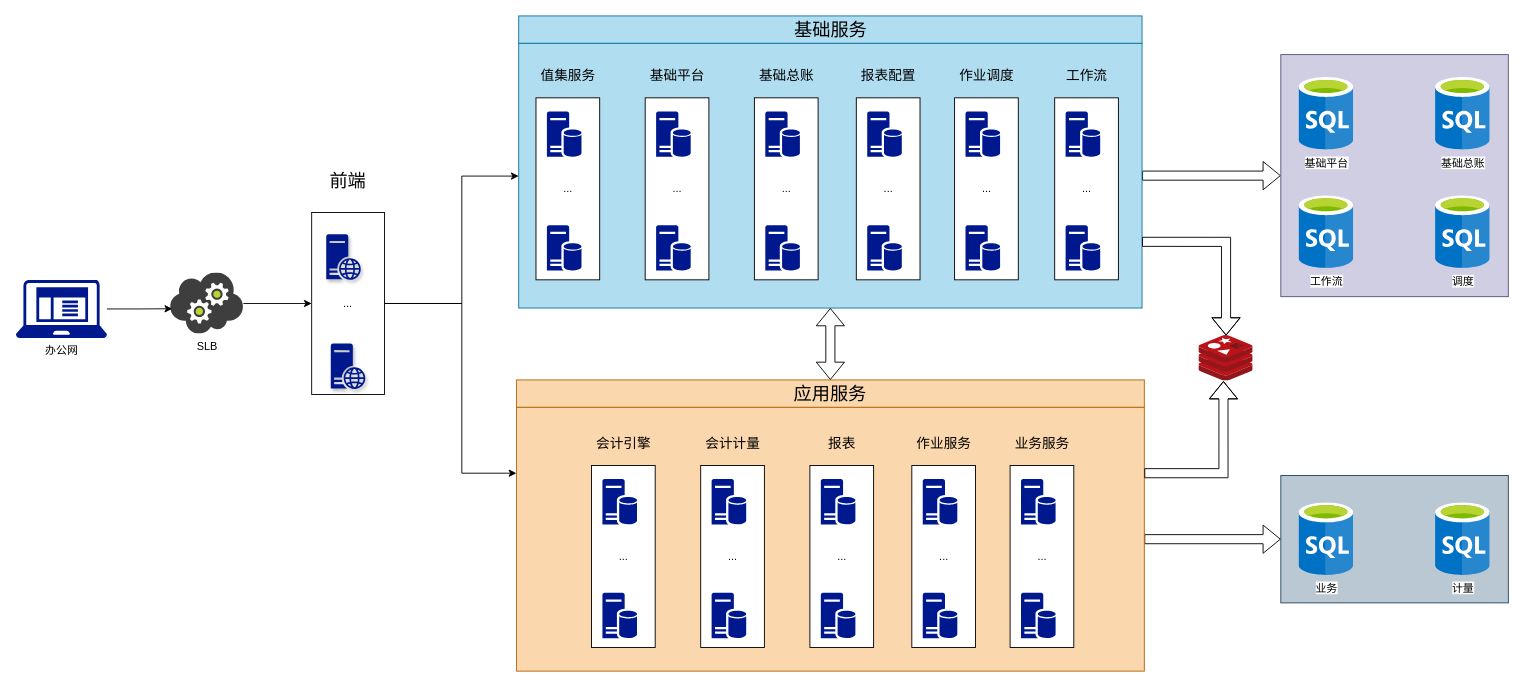
Earlier version of the draw.io diagram page "Page-7" (7 of 7) of gl.drawio (TzashiNorpu/gl). Source tidied: cells renumbered, new cells numbered last; positions are measured from the earlier drawing's top-left corner, leaving out a move shared by most shapes. Both pictures are drawn from the tidied source at 91%, with x=0, y=0 at pixel (15, 15).
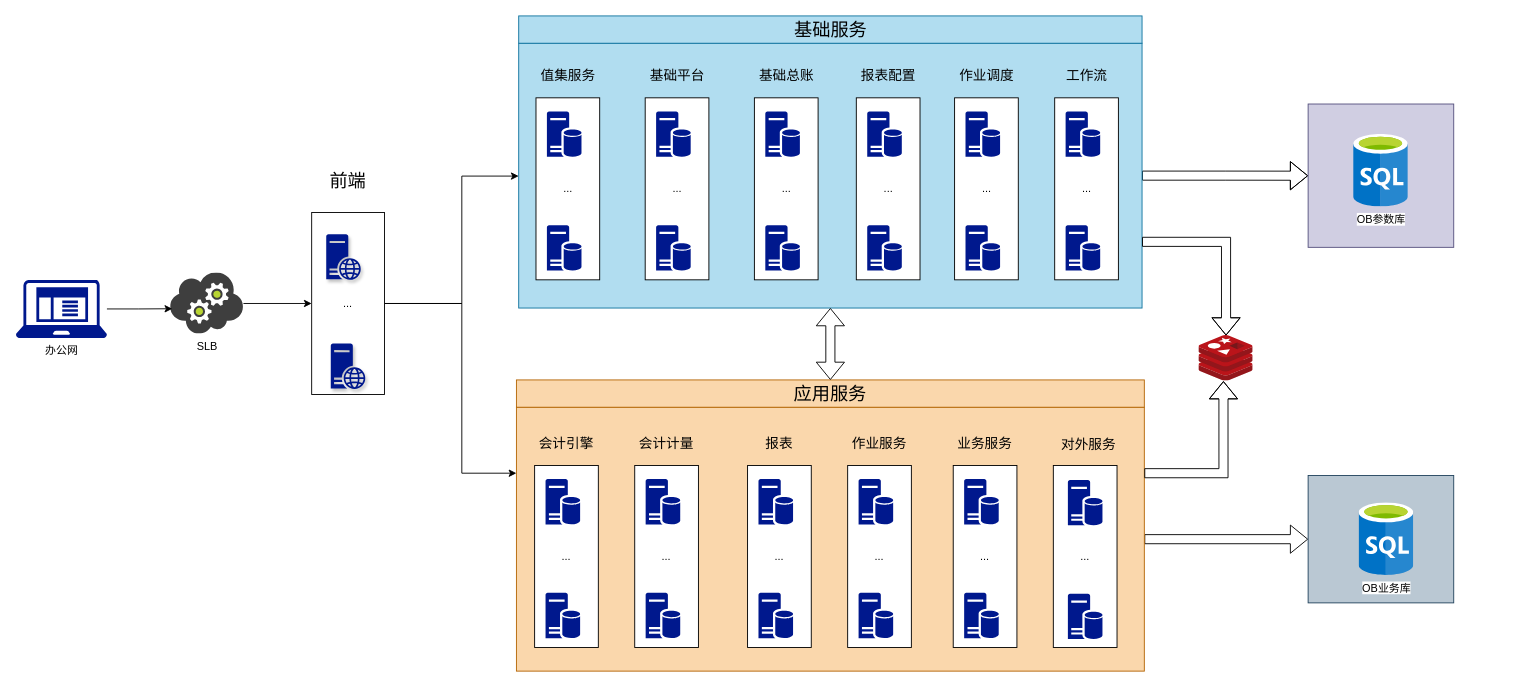
After the change.

Unchanged cells that the change refers to:
```xml
<mxCell id="13" style="group;" parent="1" vertex="1">
  <mxGeometry x="550" y="400" width="690" height="320" as="geometry" />
</mxCell>
```

Change to the diagram source:
```diff
@@
     <mxCell id="15" value="..." style="whiteSpace=wrap;html=1;" parent="13" vertex="1">
-      <mxGeometry x="82.5" y="94" width="70" height="200" as="geometry" />
+      <mxGeometry x="20" y="94" width="70" height="200" as="geometry" />
     </mxCell>
     <mxCell id="16" style="sketch=0;shadow=0;dashed=0;html=1;strokeColor=none;labelPosition=center;verticalLabelPosition=bottom;verticalAlign=top;align=center;fillColor=#00188D;shape=mxgraph.mscae.enterprise.database_server;" parent="13" vertex="1">
-      <mxGeometry x="94.5" y="234" width="38" height="50" as="geometry" />
+      <mxGeometry x="32" y="234" width="38" height="50" as="geometry" />
     </mxCell>
     <mxCell id="17" style="sketch=0;shadow=0;dashed=0;html=1;strokeColor=none;labelPosition=center;verticalLabelPosition=bottom;verticalAlign=top;align=center;fillColor=#00188D;shape=mxgraph.mscae.enterprise.database_server;" parent="13" vertex="1">
-      <mxGeometry x="94.5" y="109" width="38" height="50" as="geometry" />
+      <mxGeometry x="32" y="109" width="38" height="50" as="geometry" />
     </mxCell>
     <mxCell id="18" value="会计引擎" style="text;strokeColor=none;align=center;fillColor=none;html=1;verticalAlign=middle;whiteSpace=wrap;rounded=0;fontSize=15;" parent="13" vertex="1">
-      <mxGeometry x="68.5" y="54" width="98" height="30" as="geometry" />
+      <mxGeometry x="6" y="54" width="98" height="30" as="geometry" />
     </mxCell>
     <mxCell id="19" value="..." style="whiteSpace=wrap;html=1;" parent="13" vertex="1">
-      <mxGeometry x="202.5" y="94" width="70" height="200" as="geometry" />
+      <mxGeometry x="130" y="94" width="70" height="200" as="geometry" />
     </mxCell>
     <mxCell id="20" style="sketch=0;shadow=0;dashed=0;html=1;strokeColor=none;labelPosition=center;verticalLabelPosition=bottom;verticalAlign=top;align=center;fillColor=#00188D;shape=mxgraph.mscae.enterprise.database_server;" parent="13" vertex="1">
-      <mxGeometry x="214.5" y="234" width="38" height="50" as="geometry" />
+      <mxGeometry x="142" y="234" width="38" height="50" as="geometry" />
     </mxCell>
     <mxCell id="21" style="sketch=0;shadow=0;dashed=0;html=1;strokeColor=none;labelPosition=center;verticalLabelPosition=bottom;verticalAlign=top;align=center;fillColor=#00188D;shape=mxgraph.mscae.enterprise.database_server;" parent="13" vertex="1">
-      <mxGeometry x="214.5" y="109" width="38" height="50" as="geometry" />
+      <mxGeometry x="142" y="109" width="38" height="50" as="geometry" />
     </mxCell>
     <mxCell id="22" value="会计计量" style="text;strokeColor=none;align=center;fillColor=none;html=1;verticalAlign=middle;whiteSpace=wrap;rounded=0;fontSize=15;" parent="13" vertex="1">
-      <mxGeometry x="188.5" y="54" width="98" height="30" as="geometry" />
+      <mxGeometry x="116" y="54" width="98" height="30" as="geometry" />
     </mxCell>
     <mxCell id="23" value="..." style="whiteSpace=wrap;html=1;" parent="13" vertex="1">
-      <mxGeometry x="322.5" y="94" width="70" height="200" as="geometry" />
+      <mxGeometry x="254" y="94" width="70" height="200" as="geometry" />
     </mxCell>
     <mxCell id="24" style="sketch=0;shadow=0;dashed=0;html=1;strokeColor=none;labelPosition=center;verticalLabelPosition=bottom;verticalAlign=top;align=center;fillColor=#00188D;shape=mxgraph.mscae.enterprise.database_server;" parent="13" vertex="1">
-      <mxGeometry x="334.5" y="234" width="38" height="50" as="geometry" />
+      <mxGeometry x="266" y="234" width="38" height="50" as="geometry" />
     </mxCell>
     <mxCell id="25" style="sketch=0;shadow=0;dashed=0;html=1;strokeColor=none;labelPosition=center;verticalLabelPosition=bottom;verticalAlign=top;align=center;fillColor=#00188D;shape=mxgraph.mscae.enterprise.database_server;" parent="13" vertex="1">
-      <mxGeometry x="334.5" y="109" width="38" height="50" as="geometry" />
+      <mxGeometry x="266" y="109" width="38" height="50" as="geometry" />
     </mxCell>
     <mxCell id="26" value="报表" style="text;strokeColor=none;align=center;fillColor=none;html=1;verticalAlign=middle;whiteSpace=wrap;rounded=0;fontSize=15;" parent="13" vertex="1">
-      <mxGeometry x="308.5" y="54" width="98" height="30" as="geometry" />
+      <mxGeometry x="240" y="54" width="98" height="30" as="geometry" />
     </mxCell>
     <mxCell id="27" value="..." style="whiteSpace=wrap;html=1;" parent="13" vertex="1">
-      <mxGeometry x="434.5" y="94" width="70" height="200" as="geometry" />
+      <mxGeometry x="364" y="94" width="70" height="200" as="geometry" />
     </mxCell>
     <mxCell id="28" style="sketch=0;shadow=0;dashed=0;html=1;strokeColor=none;labelPosition=center;verticalLabelPosition=bottom;verticalAlign=top;align=center;fillColor=#00188D;shape=mxgraph.mscae.enterprise.database_server;" parent="13" vertex="1">
-      <mxGeometry x="446.5" y="234" width="38" height="50" as="geometry" />
+      <mxGeometry x="376" y="234" width="38" height="50" as="geometry" />
     </mxCell>
     <mxCell id="29" style="sketch=0;shadow=0;dashed=0;html=1;strokeColor=none;labelPosition=center;verticalLabelPosition=bottom;verticalAlign=top;align=center;fillColor=#00188D;shape=mxgraph.mscae.enterprise.database_server;" parent="13" vertex="1">
-      <mxGeometry x="446.5" y="109" width="38" height="50" as="geometry" />
+      <mxGeometry x="376" y="109" width="38" height="50" as="geometry" />
     </mxCell>
     <mxCell id="30" value="作业服务" style="text;strokeColor=none;align=center;fillColor=none;html=1;verticalAlign=middle;whiteSpace=wrap;rounded=0;fontSize=15;" parent="13" vertex="1">
-      <mxGeometry x="420.5" y="54" width="98" height="30" as="geometry" />
+      <mxGeometry x="350" y="54" width="98" height="30" as="geometry" />
     </mxCell>
     <mxCell id="31" value="..." style="whiteSpace=wrap;html=1;" parent="13" vertex="1">
-      <mxGeometry x="542.5" y="94" width="70" height="200" as="geometry" />
+      <mxGeometry x="480" y="94" width="70" height="200" as="geometry" />
     </mxCell>
     <mxCell id="32" style="sketch=0;shadow=0;dashed=0;html=1;strokeColor=none;labelPosition=center;verticalLabelPosition=bottom;verticalAlign=top;align=center;fillColor=#00188D;shape=mxgraph.mscae.enterprise.database_server;" parent="13" vertex="1">
-      <mxGeometry x="554.5" y="234" width="38" height="50" as="geometry" />
+      <mxGeometry x="492" y="234" width="38" height="50" as="geometry" />
     </mxCell>
     <mxCell id="33" style="sketch=0;shadow=0;dashed=0;html=1;strokeColor=none;labelPosition=center;verticalLabelPosition=bottom;verticalAlign=top;align=center;fillColor=#00188D;shape=mxgraph.mscae.enterprise.database_server;" parent="13" vertex="1">
-      <mxGeometry x="554.5" y="109" width="38" height="50" as="geometry" />
+      <mxGeometry x="492" y="109" width="38" height="50" as="geometry" />
     </mxCell>
     <mxCell id="34" value="业务服务" style="text;strokeColor=none;align=center;fillColor=none;html=1;verticalAlign=middle;whiteSpace=wrap;rounded=0;fontSize=15;" parent="13" vertex="1">
-      <mxGeometry x="528.5" y="54" width="98" height="30" as="geometry" />
+      <mxGeometry x="466" y="54" width="98" height="30" as="geometry" />
     </mxCell>
@@
+    <mxCell id="78" value="..." style="whiteSpace=wrap;html=1;" parent="13" vertex="1">
+      <mxGeometry x="590" y="94" width="70" height="200" as="geometry" />
+    </mxCell>
+    <mxCell id="79" style="sketch=0;shadow=0;dashed=0;html=1;strokeColor=none;labelPosition=center;verticalLabelPosition=bottom;verticalAlign=top;align=center;fillColor=#00188D;shape=mxgraph.mscae.enterprise.database_server;" parent="13" vertex="1">
+      <mxGeometry x="606" y="235" width="38" height="50" as="geometry" />
+    </mxCell>
+    <mxCell id="80" style="sketch=0;shadow=0;dashed=0;html=1;strokeColor=none;labelPosition=center;verticalLabelPosition=bottom;verticalAlign=top;align=center;fillColor=#00188D;shape=mxgraph.mscae.enterprise.database_server;" parent="13" vertex="1">
+      <mxGeometry x="606" y="110" width="38" height="50" as="geometry" />
+    </mxCell>
+    <mxCell id="81" value="对外服务" style="text;strokeColor=none;align=center;fillColor=none;html=1;verticalAlign=middle;whiteSpace=wrap;rounded=0;fontSize=15;" parent="13" vertex="1">
+      <mxGeometry x="580" y="55" width="98" height="30" as="geometry" />
+    </mxCell>
@@
     <mxCell id="66" style="group;" parent="1" vertex="1">
-      <mxGeometry x="1390" y="42.5" width="250" height="266" as="geometry" />
+      <mxGeometry x="1420" y="96.8" width="160" height="157.5" as="geometry" />
     </mxCell>
     <mxCell id="67" style="whiteSpace=wrap;html=1;fillColor=#d0cee2;strokeColor=#56517e;" parent="66" vertex="1">
-      <mxGeometry width="250" height="266" as="geometry" />
+      <mxGeometry width="160" height="157.5" as="geometry" />
     </mxCell>
-    <mxCell id="68" value="基础平台" style="image;sketch=0;html=1;align=center;fontSize=12;image=img/lib/mscae/SQL_Database_generic.svg;flipH=0;" parent="66" vertex="1">
-      <mxGeometry x="20" y="25" width="60" height="80" as="geometry" />
+    <mxCell id="68" value="OB参数库" style="image;sketch=0;html=1;align=center;fontSize=12;image=img/lib/mscae/SQL_Database_generic.svg;flipH=0;" parent="66" vertex="1">
+      <mxGeometry x="50" y="33.2" width="60" height="80" as="geometry" />
     </mxCell>
-    <mxCell id="69" value="基础总账" style="image;sketch=0;html=1;align=center;fontSize=12;image=img/lib/mscae/SQL_Database_generic.svg;flipH=0;" parent="66" vertex="1">
-      <mxGeometry x="170" y="25" width="60" height="80" as="geometry" />
-    </mxCell>
-    <mxCell id="70" value="工作流" style="image;sketch=0;html=1;align=center;fontSize=12;image=img/lib/mscae/SQL_Database_generic.svg;flipH=0;" parent="66" vertex="1">
-      <mxGeometry x="20" y="155" width="60" height="80" as="geometry" />
-    </mxCell>
-    <mxCell id="71" value="调度" style="image;sketch=0;html=1;align=center;fontSize=12;image=img/lib/mscae/SQL_Database_generic.svg;flipH=0;" parent="66" vertex="1">
-      <mxGeometry x="170" y="155" width="60" height="80" as="geometry" />
-    </mxCell>
     <mxCell id="72" style="group;" parent="1" vertex="1">
-      <mxGeometry x="1390" y="505" width="250" height="140" as="geometry" />
+      <mxGeometry x="1420" y="505" width="200" height="140" as="geometry" />
     </mxCell>
     <mxCell id="73" style="whiteSpace=wrap;html=1;fillColor=#bac8d3;strokeColor=#23445d;" parent="72" vertex="1">
-      <mxGeometry width="250" height="140" as="geometry" />
+      <mxGeometry width="160" height="140" as="geometry" />
     </mxCell>
-    <mxCell id="74" value="业务" style="image;sketch=0;html=1;align=center;fontSize=12;image=img/lib/mscae/SQL_Database_generic.svg;flipH=0;" parent="72" vertex="1">
-      <mxGeometry x="20" y="30" width="60" height="80" as="geometry" />
+    <mxCell id="74" value="OB业务库" style="image;sketch=0;html=1;align=center;fontSize=12;image=img/lib/mscae/SQL_Database_generic.svg;flipH=0;" parent="72" vertex="1">
+      <mxGeometry x="56" y="30" width="60" height="80" as="geometry" />
     </mxCell>
-    <mxCell id="75" value="计量" style="image;sketch=0;html=1;align=center;fontSize=12;image=img/lib/mscae/SQL_Database_generic.svg;flipH=0;" parent="72" vertex="1">
-      <mxGeometry x="170" y="30" width="60" height="80" as="geometry" />
-    </mxCell>
```
